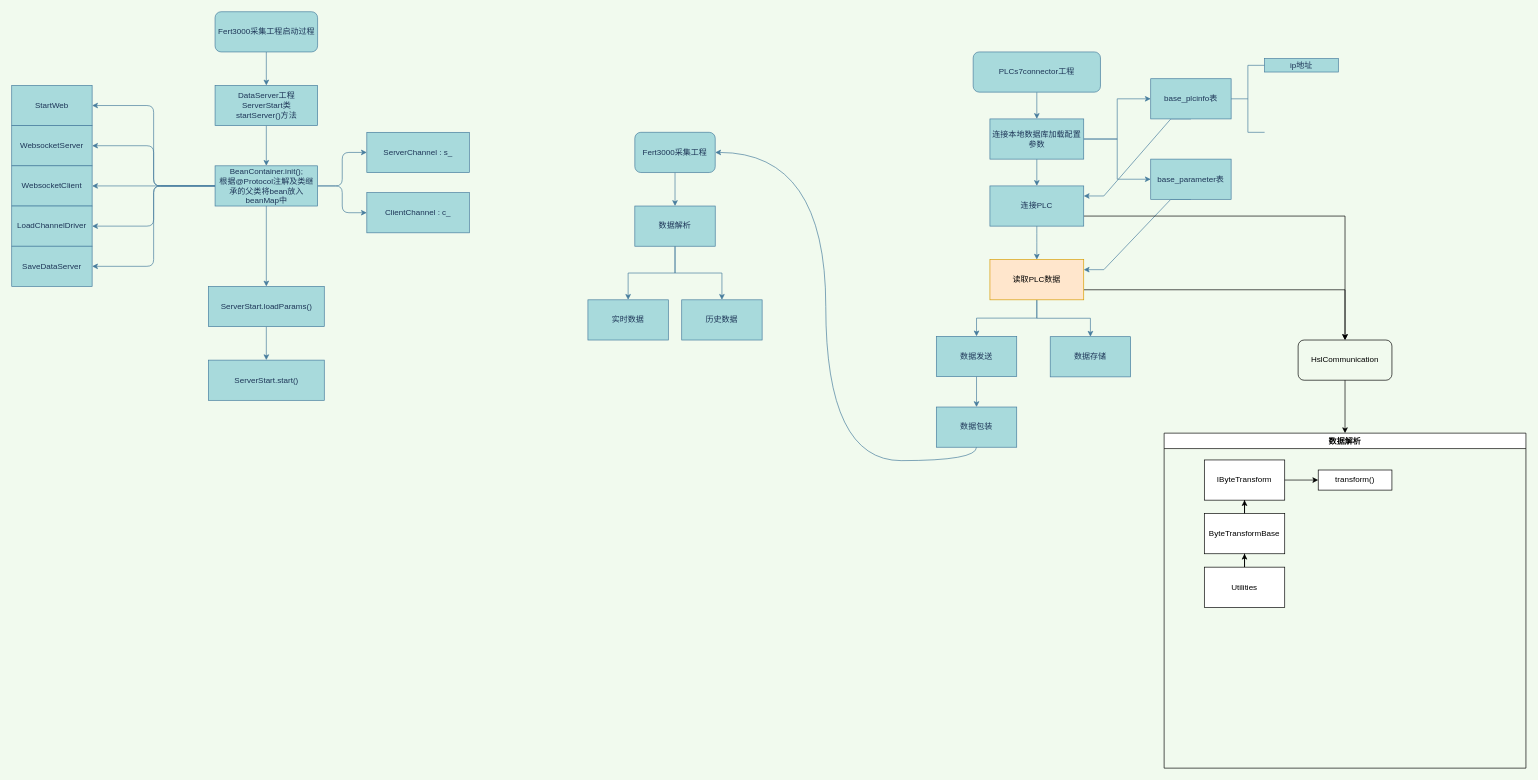
Earlier version of the draw.io diagram PLCs7connector.drawio (bird1225/draw). Source tidied: cells renumbered, new cells numbered last; positions are measured from the earlier drawing's top-left corner, leaving out a move shared by most shapes. Both pictures are drawn from the tidied source at 67%, with x=0, y=0 at pixel (11, 11).
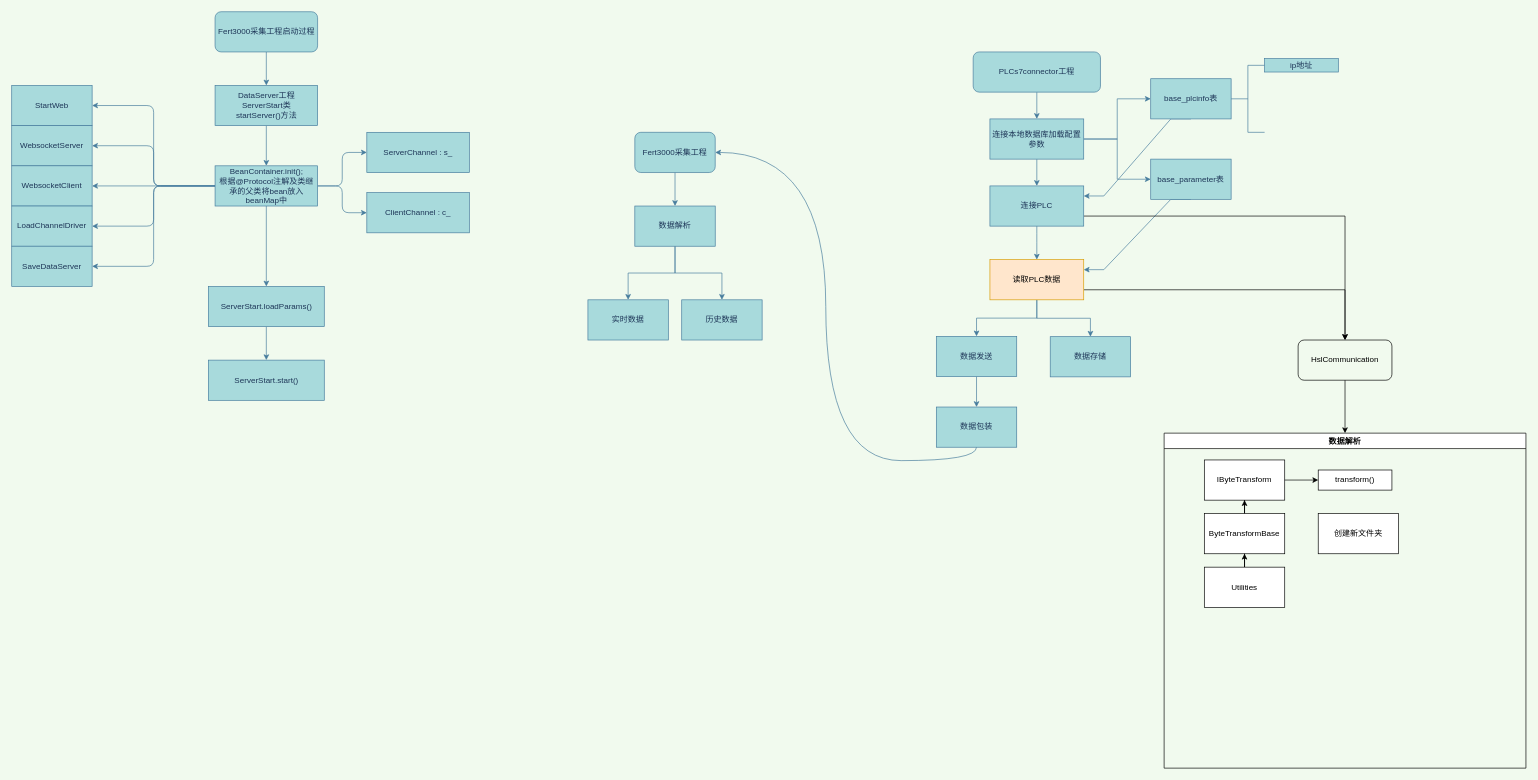
Above is the later version.

Unchanged cells that the change refers to:
```xml
<mxCell id="60" value="数据解析" style="swimlane;" parent="1" vertex="1">
  <mxGeometry x="1720" y="629" width="540" height="500" as="geometry" />
</mxCell>
```

Diff of the diagram source:
```diff
@@
+    <mxCell id="68" value="创建新文件夹" style="rounded=0;whiteSpace=wrap;html=1;" parent="60" vertex="1">
+      <mxGeometry x="230" y="120" width="120" height="60" as="geometry" />
+    </mxCell>
```
